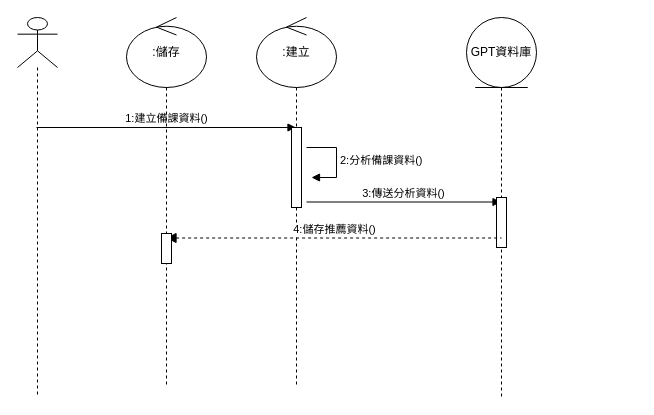
This is page "GPT身分" (2 of 2) of 循序圖(建議資料).drawio from Kevincheng0804/System-analysis, a draw.io file, before an edit. Source tidied: cells renumbered, new cells numbered last; positions are measured from the earlier drawing's top-left corner, leaving out a move shared by most shapes. Both pictures are drawn from the tidied source at 100%, with x=0, y=0 at pixel (17, 17).
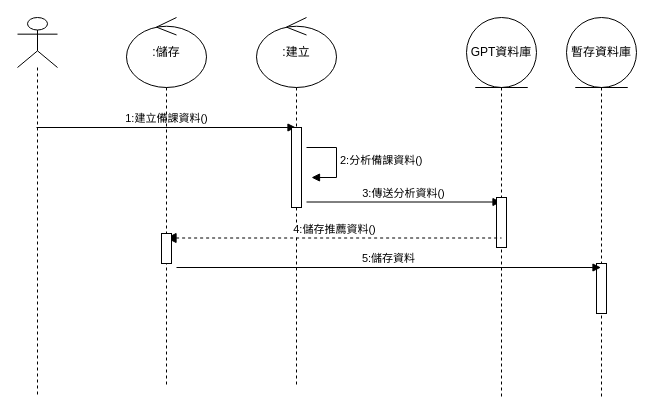
After the change.

The edit, as a diff of the source:
```diff
@@
+    <mxCell id="13" value="暫存資料庫" style="shape=umlLifeline;perimeter=lifelinePerimeter;whiteSpace=wrap;html=1;outlineConnect=0;portConstraint=eastwest;newEdgeStyle={&quot;curved&quot;:0,&quot;rounded&quot;:0};participant=umlEntity;size=70;" parent="1" vertex="1">
+      <mxGeometry x="549" width="70" height="380" as="geometry" />
+    </mxCell>
+    <mxCell id="14" style="html=1;perimeter=orthogonalPerimeter;targetShapes=umlLifeline;newEdgeStyle={&quot;curved&quot;:0,&quot;rounded&quot;:0};" parent="13" vertex="1">
+      <mxGeometry x="30" y="246" width="10" height="50" as="geometry" />
+    </mxCell>
+    <mxCell id="15" value="5:儲存資料" style="html=1;verticalAlign=bottom;startArrow=none;startFill=0;endArrow=block;startSize=8;" parent="1" edge="1" target="13">
+      <mxGeometry relative="1" as="geometry">
+        <mxPoint x="159" y="250" as="sourcePoint" />
+      </mxGeometry>
+    </mxCell>
```
